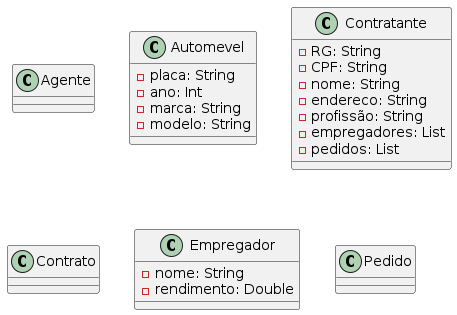
Earlier version of the PlantUML export docs/diagramas/diagrama-de-classe.png (brunokilo/lab02-aluguel-carros). Its diagram source:
```plantuml
@startuml
class Agente{

}

class Automevel{
  -placa: String
  -ano: Int
  -marca: String
  -modelo: String
}

class Contratante {
  -RG: String
  -CPF: String
  -nome: String
  -endereco: String
  -profissão: String
  -empregadores: List
  -pedidos: List
}

class Contrato{

}

class Empregador{
  -nome: String
  -rendimento: Double
}

class Pedido{

}
@enduml
```
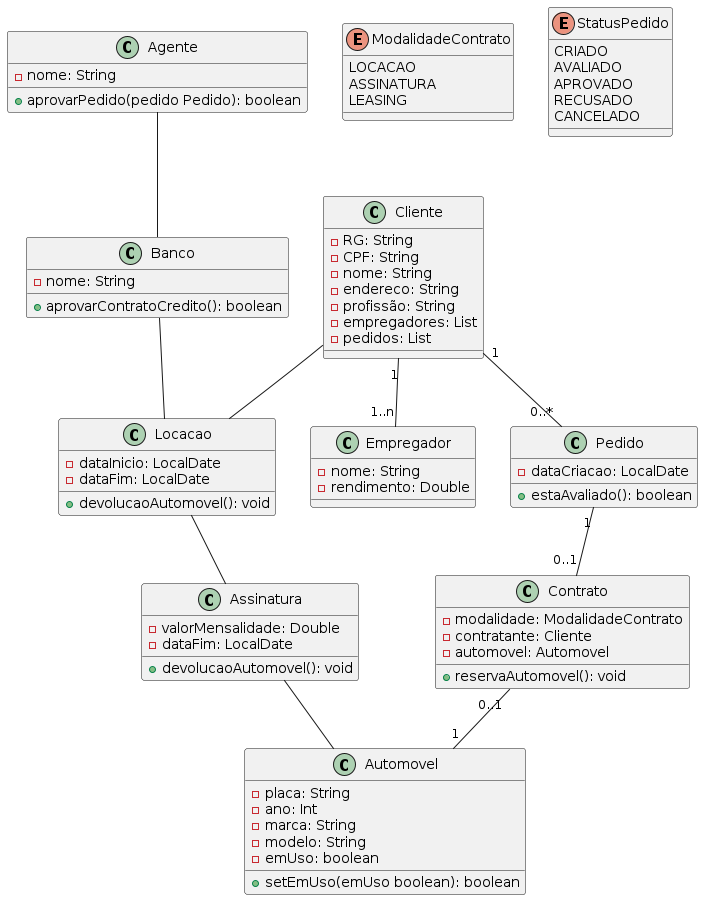
The same file after the commit.

Commit message:
docs: atualizacao diagrama de classe

What changed in the source:
```diff
@@ -1,16 +1,10 @@
 @startuml
 class Agente{
-
+  -nome: String
+  +aprovarPedido(pedido Pedido): boolean
 }
 
-class Automevel{
-  -placa: String
-  -ano: Int
-  -marca: String
-  -modelo: String
-}
-
-class Contratante {
+class Cliente{
   -RG: String
   -CPF: String
   -nome: String
@@ -20,8 +14,44 @@
   -pedidos: List
 }
 
+class Banco{
+  -nome: String
+  +aprovarContratoCredito(): boolean
+}
+
+class Automovel{
+  -placa: String
+  -ano: Int
+  -marca: String
+  -modelo: String
+  -emUso: boolean
+  +setEmUso(emUso boolean): boolean
+}
+
+
 class Contrato{
+  -modalidade: ModalidadeContrato
+  -contratante: Cliente
+  -automovel: Automovel
+  +reservaAutomovel(): void
+}
 
+enum ModalidadeContrato {
+  LOCACAO
+  ASSINATURA
+  LEASING
+}
+
+class Locacao{
+  -dataInicio: LocalDate
+  -dataFim: LocalDate
+  +devolucaoAutomovel(): void
+}
+
+class Assinatura{
+  -valorMensalidade: Double
+  -dataFim: LocalDate
+  +devolucaoAutomovel(): void
 }
 
 class Empregador{
@@ -30,6 +60,25 @@
 }
 
 class Pedido{
+  -dataCriacao: LocalDate
+  +estaAvaliado(): boolean
+}
 
+enum StatusPedido {
+  CRIADO
+  AVALIADO
+  APROVADO
+  RECUSADO
+  CANCELADO
 }
+
+Pedido   "1"    -- "0..1" Contrato
+Cliente  "1"    -- "1..n" Empregador
+Cliente  "1"    -- "0..*" Pedido
+Cliente -- Locacao
+Banco -- Locacao
+Locacao -- Assinatura
+Assinatura -- Automovel
+Agente  -- Banco
+Contrato "0..1" -- "1" Automovel
 @enduml
```
